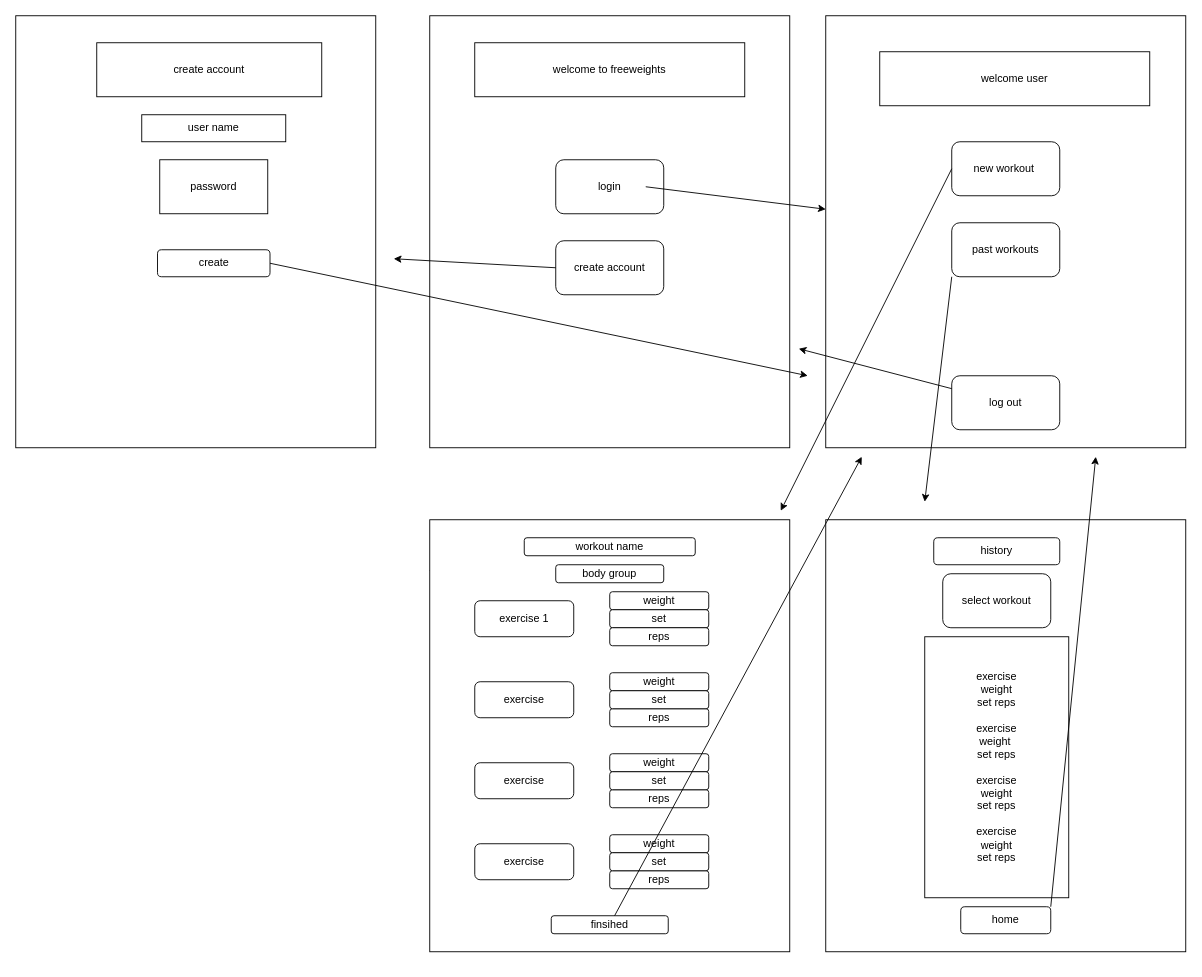
This is Untitled Diagram.drawio from Arspeke8/project-3-moon-client, a draw.io file, before an edit. Source tidied: cells renumbered, new cells numbered last; positions are measured from the earlier drawing's top-left corner, leaving out a move shared by most shapes. Both pictures are drawn from the tidied source at 90%, with x=0, y=0 at pixel (15, 15).
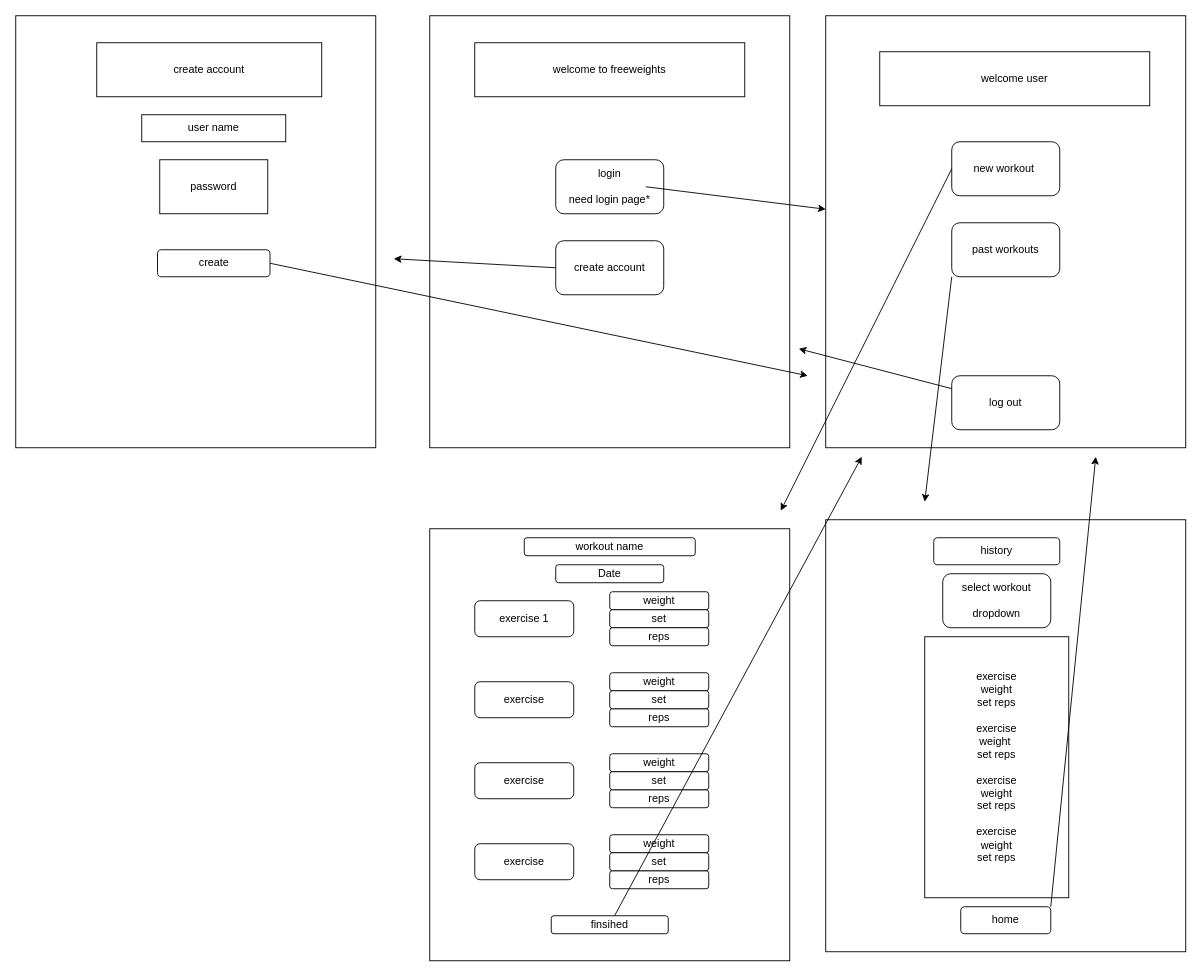
After the change.

The edit, as a diff of the source:
```diff
@@
-    <mxCell id="7" value="login" style="rounded=1;whiteSpace=wrap;html=1;" parent="1" vertex="1">
+    <mxCell id="7" value="login&lt;br&gt;&lt;br&gt;need login page*" style="rounded=1;whiteSpace=wrap;html=1;" parent="1" vertex="1">
       <mxGeometry x="600" y="160" width="120" height="60" as="geometry" />
     </mxCell>
@@
     <mxCell id="14" style="rounded=0;whiteSpace=wrap;html=1;" parent="1" vertex="1">
-      <mxGeometry x="460" y="560" width="400" height="480" as="geometry" />
+      <mxGeometry x="460" y="570" width="400" height="480" as="geometry" />
     </mxCell>
@@
-    <mxCell id="16" value="body group" style="rounded=1;whiteSpace=wrap;html=1;" parent="1" vertex="1">
+    <mxCell id="16" value="Date" style="rounded=1;whiteSpace=wrap;html=1;" parent="1" vertex="1">
       <mxGeometry x="600" y="610" width="120" height="20" as="geometry" />
     </mxCell>
@@
-    <mxCell id="38" value="select workout" style="rounded=1;whiteSpace=wrap;html=1;" parent="1" vertex="1">
+    <mxCell id="38" value="select workout&lt;br&gt;&lt;br&gt;dropdown" style="rounded=1;whiteSpace=wrap;html=1;" parent="1" vertex="1">
       <mxGeometry x="1030" y="620" width="120" height="60" as="geometry" />
     </mxCell>
```
